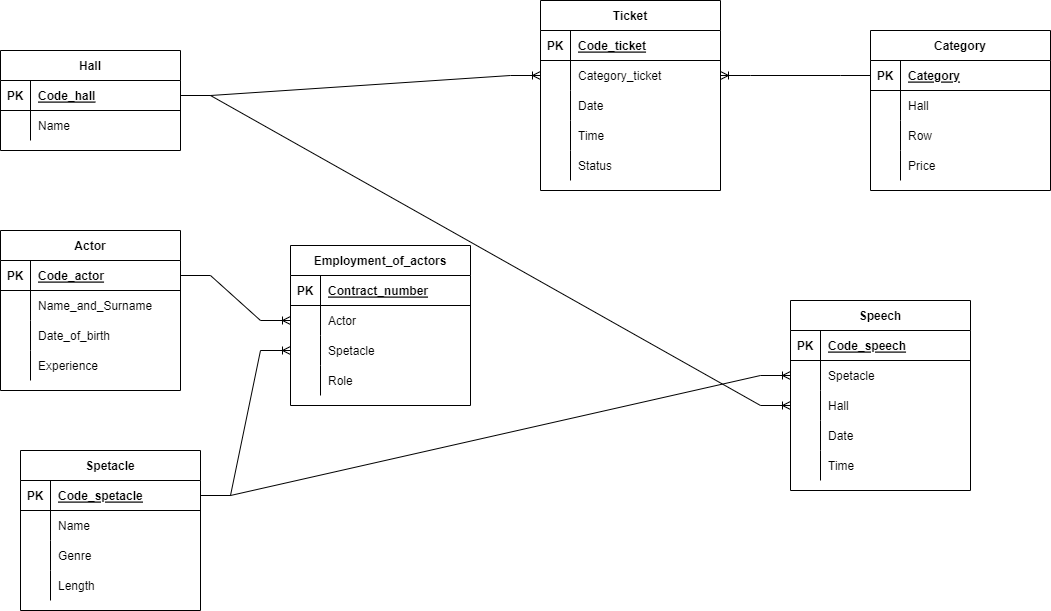
The draw.io diagram База данных театра-Страница 1.drawio.png in MakarovIS/Data-base, before a commit. Source tidied: cells renumbered, new cells last; positions are measured from the earlier drawing's top-left corner, leaving out a move shared by most shapes.
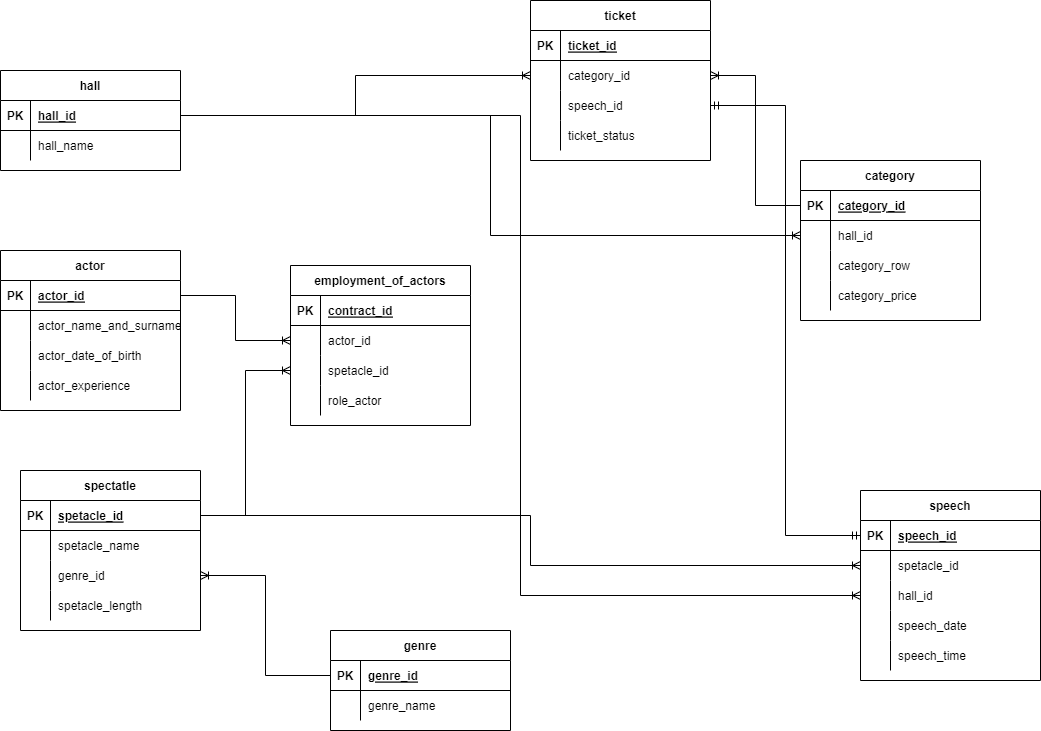
After the commit.

What changed in the source:
```diff
@@ -4,3 +4,3 @@
     <mxCell id="1" parent="0" />
-    <mxCell id="2" value="Actor" style="shape=table;startSize=30;rowLines=0;fontStyle=1;align=center;" parent="1" vertex="1">
+    <mxCell id="2" value="actor" style="shape=table;startSize=30;rowLines=0;fontStyle=1;align=center;" parent="1" vertex="1">
       <mxGeometry y="230" width="180" height="160" as="geometry" />
@@ -13,3 +13,3 @@
     </mxCell>
-    <mxCell id="5" value="Code_actor" style="shape=partialRectangle;fillColor=none;top=0;left=0;bottom=0;right=0;align=left;spacingLeft=6;fontStyle=5;overflow=hidden;" parent="3" vertex="1">
+    <mxCell id="5" value="actor_id" style="shape=partialRectangle;fillColor=none;top=0;left=0;bottom=0;right=0;align=left;spacingLeft=6;fontStyle=5;overflow=hidden;" parent="3" vertex="1">
       <mxGeometry x="30" width="150" height="30" as="geometry" />
@@ -22,3 +22,3 @@
     </mxCell>
-    <mxCell id="8" value="Name_and_Surname" style="shape=partialRectangle;fillColor=none;top=0;left=0;bottom=0;right=0;align=left;spacingLeft=6;overflow=hidden;" parent="6" vertex="1">
+    <mxCell id="8" value="actor_name_and_surname" style="shape=partialRectangle;fillColor=none;top=0;left=0;bottom=0;right=0;align=left;spacingLeft=6;overflow=hidden;" parent="6" vertex="1">
       <mxGeometry x="30" width="150" height="30" as="geometry" />
@@ -31,3 +31,3 @@
     </mxCell>
-    <mxCell id="11" value="Date_of_birth" style="shape=partialRectangle;fillColor=none;top=0;left=0;bottom=0;right=0;align=left;spacingLeft=6;overflow=hidden;" parent="9" vertex="1">
+    <mxCell id="11" value="actor_date_of_birth" style="shape=partialRectangle;fillColor=none;top=0;left=0;bottom=0;right=0;align=left;spacingLeft=6;overflow=hidden;" parent="9" vertex="1">
       <mxGeometry x="30" width="150" height="30" as="geometry" />
@@ -40,6 +40,6 @@
     </mxCell>
-    <mxCell id="14" value="Experience" style="shape=partialRectangle;fillColor=none;top=0;left=0;bottom=0;right=0;align=left;spacingLeft=6;overflow=hidden;" parent="12" vertex="1">
+    <mxCell id="14" value="actor_experience" style="shape=partialRectangle;fillColor=none;top=0;left=0;bottom=0;right=0;align=left;spacingLeft=6;overflow=hidden;" parent="12" vertex="1">
       <mxGeometry x="30" width="150" height="30" as="geometry" />
     </mxCell>
-    <mxCell id="15" value="Employment_of_actors" style="shape=table;startSize=30;rowLines=0;fontStyle=1;align=center;" parent="1" vertex="1">
+    <mxCell id="15" value="employment_of_actors" style="shape=table;startSize=30;rowLines=0;fontStyle=1;align=center;" parent="1" vertex="1">
       <mxGeometry x="290" y="245" width="180" height="160" as="geometry" />
@@ -52,3 +52,3 @@
     </mxCell>
-    <mxCell id="18" value="Contract_number" style="shape=partialRectangle;fillColor=none;top=0;left=0;bottom=0;right=0;align=left;spacingLeft=6;fontStyle=5;overflow=hidden;" parent="16" vertex="1">
+    <mxCell id="18" value="contract_id" style="shape=partialRectangle;fillColor=none;top=0;left=0;bottom=0;right=0;align=left;spacingLeft=6;fontStyle=5;overflow=hidden;" parent="16" vertex="1">
       <mxGeometry x="30" width="150" height="30" as="geometry" />
@@ -61,3 +61,3 @@
     </mxCell>
-    <mxCell id="21" value="Actor" style="shape=partialRectangle;fillColor=none;top=0;left=0;bottom=0;right=0;align=left;spacingLeft=6;overflow=hidden;" parent="19" vertex="1">
+    <mxCell id="21" value="actor_id" style="shape=partialRectangle;fillColor=none;top=0;left=0;bottom=0;right=0;align=left;spacingLeft=6;overflow=hidden;" parent="19" vertex="1">
       <mxGeometry x="30" width="150" height="30" as="geometry" />
@@ -70,3 +70,3 @@
     </mxCell>
-    <mxCell id="24" value="Spetacle" style="shape=partialRectangle;fillColor=none;top=0;left=0;bottom=0;right=0;align=left;spacingLeft=6;overflow=hidden;" parent="22" vertex="1">
+    <mxCell id="24" value="spetacle_id" style="shape=partialRectangle;fillColor=none;top=0;left=0;bottom=0;right=0;align=left;spacingLeft=6;overflow=hidden;" parent="22" vertex="1">
       <mxGeometry x="30" width="150" height="30" as="geometry" />
@@ -79,6 +79,6 @@
     </mxCell>
-    <mxCell id="27" value="Role" style="shape=partialRectangle;fillColor=none;top=0;left=0;bottom=0;right=0;align=left;spacingLeft=6;overflow=hidden;" parent="25" vertex="1">
+    <mxCell id="27" value="role_actor" style="shape=partialRectangle;fillColor=none;top=0;left=0;bottom=0;right=0;align=left;spacingLeft=6;overflow=hidden;" parent="25" vertex="1">
       <mxGeometry x="30" width="150" height="30" as="geometry" />
     </mxCell>
-    <mxCell id="28" value="Spetacle" style="shape=table;startSize=30;rowLines=0;fontStyle=1;align=center;" parent="1" vertex="1">
+    <mxCell id="28" value="spectatle" style="shape=table;startSize=30;rowLines=0;fontStyle=1;align=center;" parent="1" vertex="1">
       <mxGeometry x="20" y="450" width="180" height="160" as="geometry" />
@@ -91,3 +91,3 @@
     </mxCell>
-    <mxCell id="31" value="Code_spetacle" style="shape=partialRectangle;fillColor=none;top=0;left=0;bottom=0;right=0;align=left;spacingLeft=6;fontStyle=5;overflow=hidden;" parent="29" vertex="1">
+    <mxCell id="31" value="spetacle_id" style="shape=partialRectangle;fillColor=none;top=0;left=0;bottom=0;right=0;align=left;spacingLeft=6;fontStyle=5;overflow=hidden;" parent="29" vertex="1">
       <mxGeometry x="30" width="150" height="30" as="geometry" />
@@ -100,3 +100,3 @@
     </mxCell>
-    <mxCell id="34" value="Name" style="shape=partialRectangle;fillColor=none;top=0;left=0;bottom=0;right=0;align=left;spacingLeft=6;overflow=hidden;" parent="32" vertex="1">
+    <mxCell id="34" value="spetacle_name" style="shape=partialRectangle;fillColor=none;top=0;left=0;bottom=0;right=0;align=left;spacingLeft=6;overflow=hidden;" parent="32" vertex="1">
       <mxGeometry x="30" width="150" height="30" as="geometry" />
@@ -109,3 +109,3 @@
     </mxCell>
-    <mxCell id="37" value="Genre" style="shape=partialRectangle;fillColor=none;top=0;left=0;bottom=0;right=0;align=left;spacingLeft=6;overflow=hidden;" parent="35" vertex="1">
+    <mxCell id="37" value="genre_id" style="shape=partialRectangle;fillColor=none;top=0;left=0;bottom=0;right=0;align=left;spacingLeft=6;overflow=hidden;" parent="35" vertex="1">
       <mxGeometry x="30" width="150" height="30" as="geometry" />
@@ -118,7 +118,7 @@
     </mxCell>
-    <mxCell id="40" value="Length" style="shape=partialRectangle;fillColor=none;top=0;left=0;bottom=0;right=0;align=left;spacingLeft=6;overflow=hidden;" parent="38" vertex="1">
+    <mxCell id="40" value="spetacle_length" style="shape=partialRectangle;fillColor=none;top=0;left=0;bottom=0;right=0;align=left;spacingLeft=6;overflow=hidden;" parent="38" vertex="1">
       <mxGeometry x="30" width="150" height="30" as="geometry" />
     </mxCell>
-    <mxCell id="41" value="Ticket" style="shape=table;startSize=30;rowLines=0;fontStyle=1;align=center;" parent="1" vertex="1">
-      <mxGeometry x="540" width="180" height="190" as="geometry" />
+    <mxCell id="41" value="ticket" style="shape=table;startSize=30;rowLines=0;fontStyle=1;align=center;" parent="1" vertex="1">
+      <mxGeometry x="530" y="-20" width="180" height="160" as="geometry" />
     </mxCell>
@@ -130,3 +130,3 @@
     </mxCell>
-    <mxCell id="44" value="Code_ticket" style="shape=partialRectangle;fillColor=none;top=0;left=0;bottom=0;right=0;align=left;spacingLeft=6;fontStyle=5;overflow=hidden;" parent="42" vertex="1">
+    <mxCell id="44" value="ticket_id" style="shape=partialRectangle;fillColor=none;top=0;left=0;bottom=0;right=0;align=left;spacingLeft=6;fontStyle=5;overflow=hidden;" parent="42" vertex="1">
       <mxGeometry x="30" width="150" height="30" as="geometry" />
@@ -139,3 +139,3 @@
     </mxCell>
-    <mxCell id="47" value="Category_ticket" style="shape=partialRectangle;fillColor=none;top=0;left=0;bottom=0;right=0;align=left;spacingLeft=6;overflow=hidden;" parent="45" vertex="1">
+    <mxCell id="47" value="category_id" style="shape=partialRectangle;fillColor=none;top=0;left=0;bottom=0;right=0;align=left;spacingLeft=6;overflow=hidden;" parent="45" vertex="1">
       <mxGeometry x="30" width="150" height="30" as="geometry" />
@@ -145,19 +145,10 @@
     </mxCell>
-    <mxCell id="49" style="shape=partialRectangle;fillColor=none;top=0;left=0;bottom=0;right=0;overflow=hidden;" parent="48" vertex="1">
-      <mxGeometry width="30" height="30" as="geometry" />
-    </mxCell>
-    <mxCell id="50" value="Date" style="shape=partialRectangle;fillColor=none;top=0;left=0;bottom=0;right=0;align=left;spacingLeft=6;overflow=hidden;" parent="48" vertex="1">
-      <mxGeometry x="30" width="150" height="30" as="geometry" />
-    </mxCell>
-    <mxCell id="51" style="shape=tableRow;horizontal=0;startSize=0;swimlaneHead=0;swimlaneBody=0;fillColor=none;top=0;left=0;right=0;bottom=0;" parent="41" vertex="1">
-      <mxGeometry y="120" width="180" height="30" as="geometry" />
-    </mxCell>
-    <mxCell id="52" style="shape=partialRectangle;fillColor=none;top=0;left=0;bottom=0;right=0;overflow=hidden;" parent="51" vertex="1">
-      <mxGeometry width="30" height="30" as="geometry" />
-    </mxCell>
-    <mxCell id="53" value="Time" style="shape=partialRectangle;fillColor=none;top=0;left=0;bottom=0;right=0;align=left;spacingLeft=6;overflow=hidden;" parent="51" vertex="1">
-      <mxGeometry x="30" width="150" height="30" as="geometry" />
-    </mxCell>
+    <mxCell id="99" style="shape=partialRectangle;fillColor=none;top=0;left=0;bottom=0;right=0;overflow=hidden;" parent="48" vertex="1">
+      <mxGeometry width="30" height="30" as="geometry" />
+    </mxCell>
+    <mxCell id="100" value="speech_id" style="shape=partialRectangle;fillColor=none;top=0;left=0;bottom=0;right=0;align=left;spacingLeft=6;overflow=hidden;" parent="48" vertex="1">
+      <mxGeometry x="30" width="150" height="30" as="geometry" />
+    </mxCell>
     <mxCell id="54" style="shape=tableRow;horizontal=0;startSize=0;swimlaneHead=0;swimlaneBody=0;fillColor=none;top=0;left=0;right=0;bottom=0;" parent="41" vertex="1">
-      <mxGeometry y="150" width="180" height="30" as="geometry" />
+      <mxGeometry y="120" width="180" height="30" as="geometry" />
     </mxCell>
@@ -166,6 +157,6 @@
     </mxCell>
-    <mxCell id="56" value="Status" style="shape=partialRectangle;fillColor=none;top=0;left=0;bottom=0;right=0;align=left;spacingLeft=6;overflow=hidden;" parent="54" vertex="1">
+    <mxCell id="56" value="ticket_status" style="shape=partialRectangle;fillColor=none;top=0;left=0;bottom=0;right=0;align=left;spacingLeft=6;overflow=hidden;" parent="54" vertex="1">
       <mxGeometry x="30" width="150" height="30" as="geometry" />
     </mxCell>
-    <mxCell id="57" value="Hall" style="shape=table;startSize=30;rowLines=0;fontStyle=1;align=center;" parent="1" vertex="1">
+    <mxCell id="57" value="hall" style="shape=table;startSize=30;rowLines=0;fontStyle=1;align=center;" parent="1" vertex="1">
       <mxGeometry y="50" width="180" height="100" as="geometry" />
@@ -178,3 +169,3 @@
     </mxCell>
-    <mxCell id="60" value="Code_hall" style="shape=partialRectangle;fillColor=none;top=0;left=0;bottom=0;right=0;align=left;spacingLeft=6;fontStyle=5;overflow=hidden;" parent="58" vertex="1">
+    <mxCell id="60" value="hall_id" style="shape=partialRectangle;fillColor=none;top=0;left=0;bottom=0;right=0;align=left;spacingLeft=6;fontStyle=5;overflow=hidden;" parent="58" vertex="1">
       <mxGeometry x="30" width="150" height="30" as="geometry" />
@@ -187,16 +178,16 @@
     </mxCell>
-    <mxCell id="63" value="Name" style="shape=partialRectangle;fillColor=none;top=0;left=0;bottom=0;right=0;align=left;spacingLeft=6;overflow=hidden;" parent="61" vertex="1">
+    <mxCell id="63" value="hall_name" style="shape=partialRectangle;fillColor=none;top=0;left=0;bottom=0;right=0;align=left;spacingLeft=6;overflow=hidden;" parent="61" vertex="1">
       <mxGeometry x="30" width="150" height="30" as="geometry" />
     </mxCell>
-    <mxCell id="64" style="edgeStyle=entityRelationEdgeStyle;fontSize=12;html=1;endArrow=ERoneToMany;rounded=0;exitX=1;exitY=0.5;exitDx=0;exitDy=0;entryX=0;entryY=0.5;entryDx=0;entryDy=0;" parent="1" edge="1" source="58" target="45">
+    <mxCell id="64" style="edgeStyle=orthogonalEdgeStyle;fontSize=12;html=1;endArrow=ERoneToMany;rounded=0;exitX=1;exitY=0.5;exitDx=0;exitDy=0;entryX=0;entryY=0.5;entryDx=0;entryDy=0;" parent="1" edge="1" source="58" target="45">
       <mxGeometry relative="1" as="geometry" />
     </mxCell>
-    <mxCell id="65" style="edgeStyle=entityRelationEdgeStyle;fontSize=12;html=1;endArrow=ERoneToMany;rounded=0;exitX=1;exitY=0.5;exitDx=0;exitDy=0;entryX=0;entryY=0.5;entryDx=0;entryDy=0;" parent="1" edge="1" source="3" target="19">
+    <mxCell id="65" style="edgeStyle=orthogonalEdgeStyle;fontSize=12;html=1;endArrow=ERoneToMany;rounded=0;exitX=1;exitY=0.5;exitDx=0;exitDy=0;entryX=0;entryY=0.5;entryDx=0;entryDy=0;" parent="1" edge="1" source="3" target="19">
       <mxGeometry relative="1" as="geometry" />
     </mxCell>
-    <mxCell id="66" style="edgeStyle=entityRelationEdgeStyle;fontSize=12;html=1;endArrow=ERoneToMany;rounded=0;exitX=1;exitY=0.5;exitDx=0;exitDy=0;entryX=0;entryY=0.5;entryDx=0;entryDy=0;" parent="1" edge="1" source="58" target="88">
+    <mxCell id="66" style="edgeStyle=orthogonalEdgeStyle;fontSize=12;html=1;endArrow=ERoneToMany;rounded=0;exitX=1;exitY=0.5;exitDx=0;exitDy=0;entryX=0;entryY=0.5;entryDx=0;entryDy=0;" parent="1" edge="1" source="58" target="88">
       <mxGeometry relative="1" as="geometry" />
     </mxCell>
-    <mxCell id="67" value="Category" style="shape=table;startSize=30;rowLines=0;fontStyle=1;align=center;" parent="1" vertex="1">
-      <mxGeometry x="870" y="30" width="180" height="160" as="geometry" />
+    <mxCell id="67" value="category" style="shape=table;startSize=30;rowLines=0;fontStyle=1;align=center;" parent="1" vertex="1">
+      <mxGeometry x="800" y="140" width="180" height="160" as="geometry" />
     </mxCell>
@@ -208,3 +199,3 @@
     </mxCell>
-    <mxCell id="70" value="Category" style="shape=partialRectangle;fillColor=none;top=0;left=0;bottom=0;right=0;align=left;spacingLeft=6;fontStyle=5;overflow=hidden;" parent="68" vertex="1">
+    <mxCell id="70" value="category_id" style="shape=partialRectangle;fillColor=none;top=0;left=0;bottom=0;right=0;align=left;spacingLeft=6;fontStyle=5;overflow=hidden;" parent="68" vertex="1">
       <mxGeometry x="30" width="150" height="30" as="geometry" />
@@ -217,3 +208,3 @@
     </mxCell>
-    <mxCell id="73" value="Hall" style="shape=partialRectangle;fillColor=none;top=0;left=0;bottom=0;right=0;align=left;spacingLeft=6;overflow=hidden;" parent="71" vertex="1">
+    <mxCell id="73" value="hall_id" style="shape=partialRectangle;fillColor=none;top=0;left=0;bottom=0;right=0;align=left;spacingLeft=6;overflow=hidden;" parent="71" vertex="1">
       <mxGeometry x="30" width="150" height="30" as="geometry" />
@@ -226,3 +217,3 @@
     </mxCell>
-    <mxCell id="76" value="Row" style="shape=partialRectangle;fillColor=none;top=0;left=0;bottom=0;right=0;align=left;spacingLeft=6;overflow=hidden;" parent="74" vertex="1">
+    <mxCell id="76" value="category_row" style="shape=partialRectangle;fillColor=none;top=0;left=0;bottom=0;right=0;align=left;spacingLeft=6;overflow=hidden;" parent="74" vertex="1">
       <mxGeometry x="30" width="150" height="30" as="geometry" />
@@ -235,10 +226,10 @@
     </mxCell>
-    <mxCell id="79" value="Price" style="shape=partialRectangle;fillColor=none;top=0;left=0;bottom=0;right=0;align=left;spacingLeft=6;overflow=hidden;" parent="77" vertex="1">
+    <mxCell id="79" value="category_price" style="shape=partialRectangle;fillColor=none;top=0;left=0;bottom=0;right=0;align=left;spacingLeft=6;overflow=hidden;" parent="77" vertex="1">
       <mxGeometry x="30" width="150" height="30" as="geometry" />
     </mxCell>
-    <mxCell id="80" style="edgeStyle=entityRelationEdgeStyle;fontSize=12;html=1;endArrow=ERoneToMany;rounded=0;exitX=0;exitY=0.5;exitDx=0;exitDy=0;entryX=1;entryY=0.5;entryDx=0;entryDy=0;" parent="1" edge="1" source="68" target="45">
+    <mxCell id="80" style="edgeStyle=orthogonalEdgeStyle;fontSize=12;html=1;endArrow=ERoneToMany;rounded=0;exitX=0;exitY=0.5;exitDx=0;exitDy=0;entryX=1;entryY=0.5;entryDx=0;entryDy=0;" parent="1" edge="1" source="68" target="45">
       <mxGeometry relative="1" as="geometry" />
     </mxCell>
-    <mxCell id="81" value="Speech" style="shape=table;startSize=30;rowLines=0;fontStyle=1;align=center;" parent="1" vertex="1">
-      <mxGeometry x="790" y="300" width="180" height="190" as="geometry" />
+    <mxCell id="81" value="speech" style="shape=table;startSize=30;rowLines=0;fontStyle=1;align=center;" parent="1" vertex="1">
+      <mxGeometry x="860" y="470" width="180" height="190" as="geometry" />
     </mxCell>
@@ -250,3 +241,3 @@
     </mxCell>
-    <mxCell id="84" value="Code_speech" style="shape=partialRectangle;fillColor=none;top=0;left=0;bottom=0;right=0;align=left;spacingLeft=6;fontStyle=5;overflow=hidden;" parent="82" vertex="1">
+    <mxCell id="84" value="speech_id" style="shape=partialRectangle;fillColor=none;top=0;left=0;bottom=0;right=0;align=left;spacingLeft=6;fontStyle=5;overflow=hidden;" parent="82" vertex="1">
       <mxGeometry x="30" width="150" height="30" as="geometry" />
@@ -259,3 +250,3 @@
     </mxCell>
-    <mxCell id="87" value="Spetacle" style="shape=partialRectangle;fillColor=none;top=0;left=0;bottom=0;right=0;align=left;spacingLeft=6;overflow=hidden;" parent="85" vertex="1">
+    <mxCell id="87" value="spetacle_id" style="shape=partialRectangle;fillColor=none;top=0;left=0;bottom=0;right=0;align=left;spacingLeft=6;overflow=hidden;" parent="85" vertex="1">
       <mxGeometry x="30" width="150" height="30" as="geometry" />
@@ -268,3 +259,3 @@
     </mxCell>
-    <mxCell id="90" value="Hall" style="shape=partialRectangle;fillColor=none;top=0;left=0;bottom=0;right=0;align=left;spacingLeft=6;overflow=hidden;" parent="88" vertex="1">
+    <mxCell id="90" value="hall_id" style="shape=partialRectangle;fillColor=none;top=0;left=0;bottom=0;right=0;align=left;spacingLeft=6;overflow=hidden;" parent="88" vertex="1">
       <mxGeometry x="30" width="150" height="30" as="geometry" />
@@ -277,3 +268,3 @@
     </mxCell>
-    <mxCell id="93" value="Date" style="shape=partialRectangle;fillColor=none;top=0;left=0;bottom=0;right=0;align=left;spacingLeft=6;overflow=hidden;" parent="91" vertex="1">
+    <mxCell id="93" value="speech_date" style="shape=partialRectangle;fillColor=none;top=0;left=0;bottom=0;right=0;align=left;spacingLeft=6;overflow=hidden;" parent="91" vertex="1">
       <mxGeometry x="30" width="150" height="30" as="geometry" />
@@ -286,11 +277,41 @@
     </mxCell>
-    <mxCell id="96" value="Time" style="shape=partialRectangle;fillColor=none;top=0;left=0;bottom=0;right=0;align=left;spacingLeft=6;overflow=hidden;" parent="94" vertex="1">
+    <mxCell id="96" value="speech_time" style="shape=partialRectangle;fillColor=none;top=0;left=0;bottom=0;right=0;align=left;spacingLeft=6;overflow=hidden;" parent="94" vertex="1">
       <mxGeometry x="30" width="150" height="30" as="geometry" />
     </mxCell>
-    <mxCell id="97" style="edgeStyle=entityRelationEdgeStyle;fontSize=12;html=1;endArrow=ERoneToMany;rounded=0;exitX=1;exitY=0.5;exitDx=0;exitDy=0;entryX=0;entryY=0.5;entryDx=0;entryDy=0;" parent="1" edge="1" source="29" target="85">
+    <mxCell id="97" style="edgeStyle=orthogonalEdgeStyle;fontSize=12;html=1;endArrow=ERoneToMany;rounded=0;exitX=1;exitY=0.5;exitDx=0;exitDy=0;entryX=0;entryY=0.5;entryDx=0;entryDy=0;" parent="1" edge="1" source="29" target="85">
       <mxGeometry relative="1" as="geometry" />
     </mxCell>
-    <mxCell id="98" style="edgeStyle=entityRelationEdgeStyle;fontSize=12;html=1;endArrow=ERoneToMany;rounded=0;entryX=0;entryY=0.5;entryDx=0;entryDy=0;" parent="1" edge="1" source="29" target="22">
+    <mxCell id="98" style="edgeStyle=orthogonalEdgeStyle;fontSize=12;html=1;endArrow=ERoneToMany;rounded=0;entryX=0;entryY=0.5;entryDx=0;entryDy=0;" parent="1" edge="1" source="29" target="22">
       <mxGeometry relative="1" as="geometry" />
     </mxCell>
+    <mxCell id="101" style="edgeStyle=orthogonalEdgeStyle;fontSize=12;html=1;endArrow=ERoneToMany;rounded=0;exitX=1;exitY=0.5;exitDx=0;exitDy=0;entryX=0;entryY=0.5;entryDx=0;entryDy=0;" parent="1" edge="1" source="58" target="71">
+      <mxGeometry relative="1" as="geometry" />
+    </mxCell>
+    <mxCell id="102" style="edgeStyle=orthogonalEdgeStyle;fontSize=12;html=1;endArrow=ERmandOne;startArrow=ERmandOne;rounded=0;entryX=0;entryY=0.5;entryDx=0;entryDy=0;" parent="1" edge="1" source="48" target="82">
+      <mxGeometry relative="1" as="geometry" />
+    </mxCell>
+    <mxCell id="103" value="genre" style="shape=table;startSize=30;rowLines=0;fontStyle=1;align=center;" parent="1" vertex="1">
+      <mxGeometry x="330" y="610" width="180" height="100" as="geometry" />
+    </mxCell>
+    <mxCell id="104" style="shape=tableRow;horizontal=0;startSize=0;swimlaneHead=0;swimlaneBody=0;fillColor=none;points=[[0,0.5],[1,0.5]];portConstraint=eastwest;top=0;left=0;right=0;bottom=1;" parent="103" vertex="1">
+      <mxGeometry y="30" width="180" height="30" as="geometry" />
+    </mxCell>
+    <mxCell id="105" value="PK" style="shape=partialRectangle;fillColor=none;top=0;left=0;bottom=0;right=0;fontStyle=1;overflow=hidden;" parent="104" vertex="1">
+      <mxGeometry width="30" height="30" as="geometry" />
+    </mxCell>
+    <mxCell id="106" value="genre_id" style="shape=partialRectangle;fillColor=none;top=0;left=0;bottom=0;right=0;align=left;spacingLeft=6;fontStyle=5;overflow=hidden;" parent="104" vertex="1">
+      <mxGeometry x="30" width="150" height="30" as="geometry" />
+    </mxCell>
+    <mxCell id="107" style="shape=tableRow;horizontal=0;startSize=0;swimlaneHead=0;swimlaneBody=0;fillColor=none;top=0;left=0;right=0;bottom=0;" parent="103" vertex="1">
+      <mxGeometry y="60" width="180" height="30" as="geometry" />
+    </mxCell>
+    <mxCell id="108" style="shape=partialRectangle;fillColor=none;top=0;left=0;bottom=0;right=0;overflow=hidden;" parent="107" vertex="1">
+      <mxGeometry width="30" height="30" as="geometry" />
+    </mxCell>
+    <mxCell id="109" value="genre_name" style="shape=partialRectangle;fillColor=none;top=0;left=0;bottom=0;right=0;align=left;spacingLeft=6;overflow=hidden;" parent="107" vertex="1">
+      <mxGeometry x="30" width="150" height="30" as="geometry" />
+    </mxCell>
+    <mxCell id="110" style="edgeStyle=orthogonalEdgeStyle;fontSize=12;html=1;endArrow=ERoneToMany;rounded=0;exitX=0;exitY=0.5;exitDx=0;exitDy=0;entryX=1;entryY=0.5;entryDx=0;entryDy=0;" parent="1" edge="1" source="104" target="35">
+      <mxGeometry relative="1" as="geometry" />
+    </mxCell>
   </root>
```
